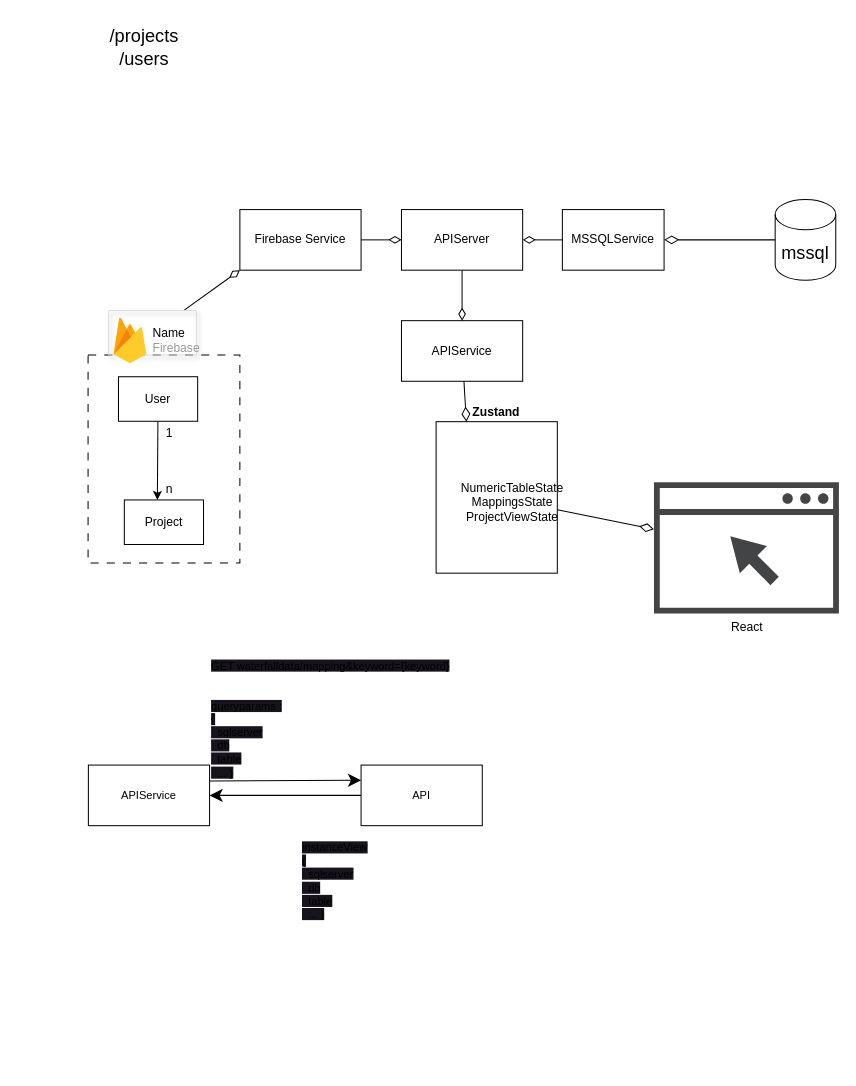
Earlier version of the draw.io diagram _notes/diagrams.drawio (kipackjeong/WaterfallTool). Source tidied: cells renumbered, new cells numbered last; positions are measured from the earlier drawing's top-left corner, leaving out a move shared by most shapes. Both pictures are drawn from the tidied source at 101%, with x=0, y=0 at pixel (88, 17).
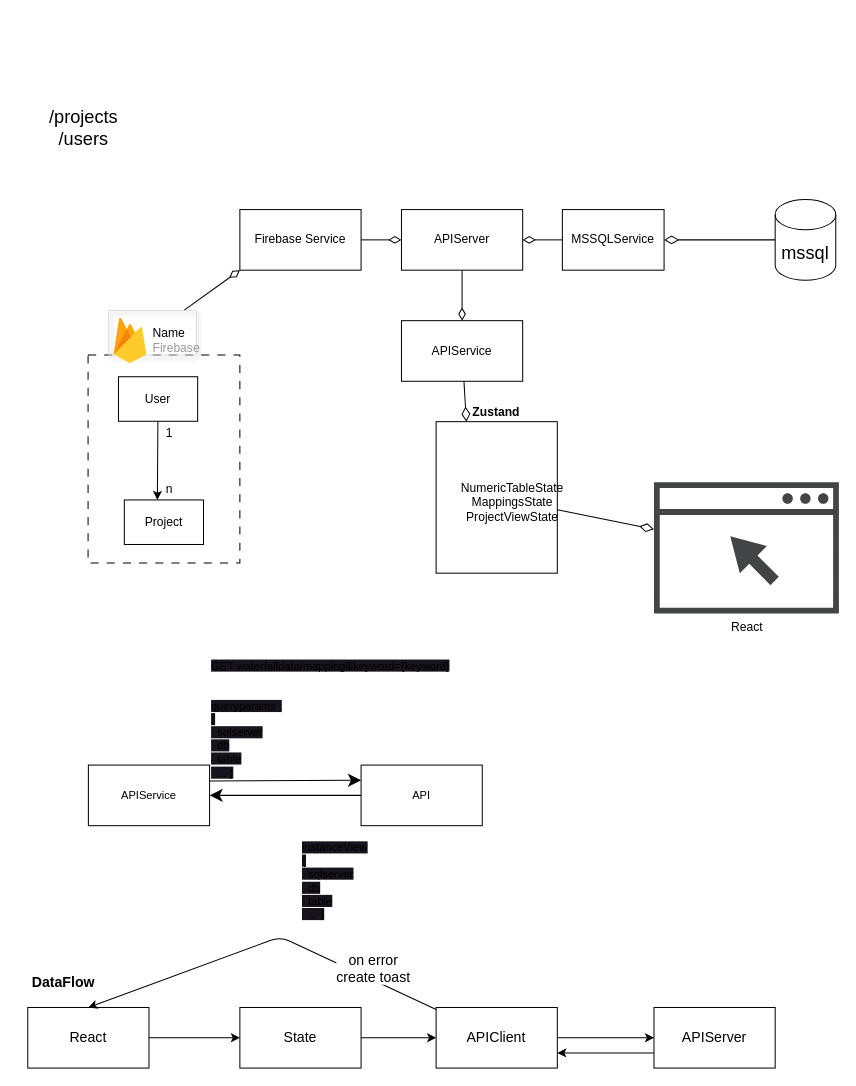
The same page after the edit.

Change to the diagram source:
```diff
@@
-    <mxCell id="2" value="/projects&lt;br style=&quot;font-size: 18px;&quot;&gt;/users" style="text;html=1;align=center;verticalAlign=middle;strokeColor=none;fillColor=none;fontSize=18;fontFamily=Helvetica;fontColor=default;" parent="1" vertex="1">
-      <mxGeometry x="10" width="90" height="60" as="geometry" />
+    <mxCell id="2" value="/projects&lt;br style=&quot;font-size: 18px;&quot;&gt;/users&lt;br&gt;" style="text;html=1;align=center;verticalAlign=middle;strokeColor=none;fillColor=none;fontSize=18;fontFamily=Helvetica;fontColor=default;" parent="1" vertex="1">
+      <mxGeometry x="-50" y="80" width="90" height="60" as="geometry" />
     </mxCell>
@@
+    <mxCell id="33" value="DataFlow" style="text;html=1;align=center;verticalAlign=middle;strokeColor=none;fillColor=none;fontSize=14;fontStyle=1;" parent="1" vertex="1">
+      <mxGeometry x="-70" y="940" width="90" height="30" as="geometry" />
+    </mxCell>
+    <mxCell id="34" style="edgeStyle=none;html=1;fontSize=14;" parent="1" edge="1" source="35" target="37">
+      <mxGeometry relative="1" as="geometry" />
+    </mxCell>
+    <mxCell id="35" value="React" style="whiteSpace=wrap;html=1;fontSize=14;" parent="1" vertex="1">
+      <mxGeometry x="-60" y="980" width="120" height="60" as="geometry" />
+    </mxCell>
+    <mxCell id="36" style="edgeStyle=none;html=1;fontSize=14;" parent="1" edge="1" source="37" target="41">
+      <mxGeometry relative="1" as="geometry" />
+    </mxCell>
+    <mxCell id="37" value="State" style="whiteSpace=wrap;html=1;fontSize=14;" parent="1" vertex="1">
+      <mxGeometry x="150" y="980" width="120" height="60" as="geometry" />
+    </mxCell>
+    <mxCell id="38" style="edgeStyle=none;html=1;fontSize=14;" parent="1" edge="1" source="41" target="43">
+      <mxGeometry relative="1" as="geometry" />
+    </mxCell>
+    <mxCell id="39" style="edgeStyle=none;html=1;fontSize=14;entryX=0.5;entryY=0;entryDx=0;entryDy=0;" parent="1" edge="1" source="41" target="35">
+      <mxGeometry relative="1" as="geometry">
+        <Array as="points">
+          <mxPoint x="190" y="910" />
+        </Array>
+      </mxGeometry>
+    </mxCell>
+    <mxCell id="40" value="on error&lt;br&gt;create toast" style="edgeLabel;html=1;align=center;verticalAlign=middle;fontSize=14;" parent="39" vertex="1">
+      <mxGeometry x="-0.85" y="-1" relative="1" as="geometry">
+        <mxPoint x="-38" y="-29" as="offset" />
+      </mxGeometry>
+    </mxCell>
+    <mxCell id="41" value="APIClient" style="whiteSpace=wrap;html=1;fontSize=14;" parent="1" vertex="1">
+      <mxGeometry x="344.3" y="980" width="120" height="60" as="geometry" />
+    </mxCell>
+    <mxCell id="42" style="edgeStyle=none;html=1;entryX=1;entryY=0.75;entryDx=0;entryDy=0;fontSize=14;exitX=0;exitY=0.75;exitDx=0;exitDy=0;" parent="1" edge="1" source="43" target="41">
+      <mxGeometry relative="1" as="geometry" />
+    </mxCell>
+    <mxCell id="43" value="APIServer" style="whiteSpace=wrap;html=1;fontSize=14;" parent="1" vertex="1">
+      <mxGeometry x="560" y="980" width="120" height="60" as="geometry" />
+    </mxCell>
```
